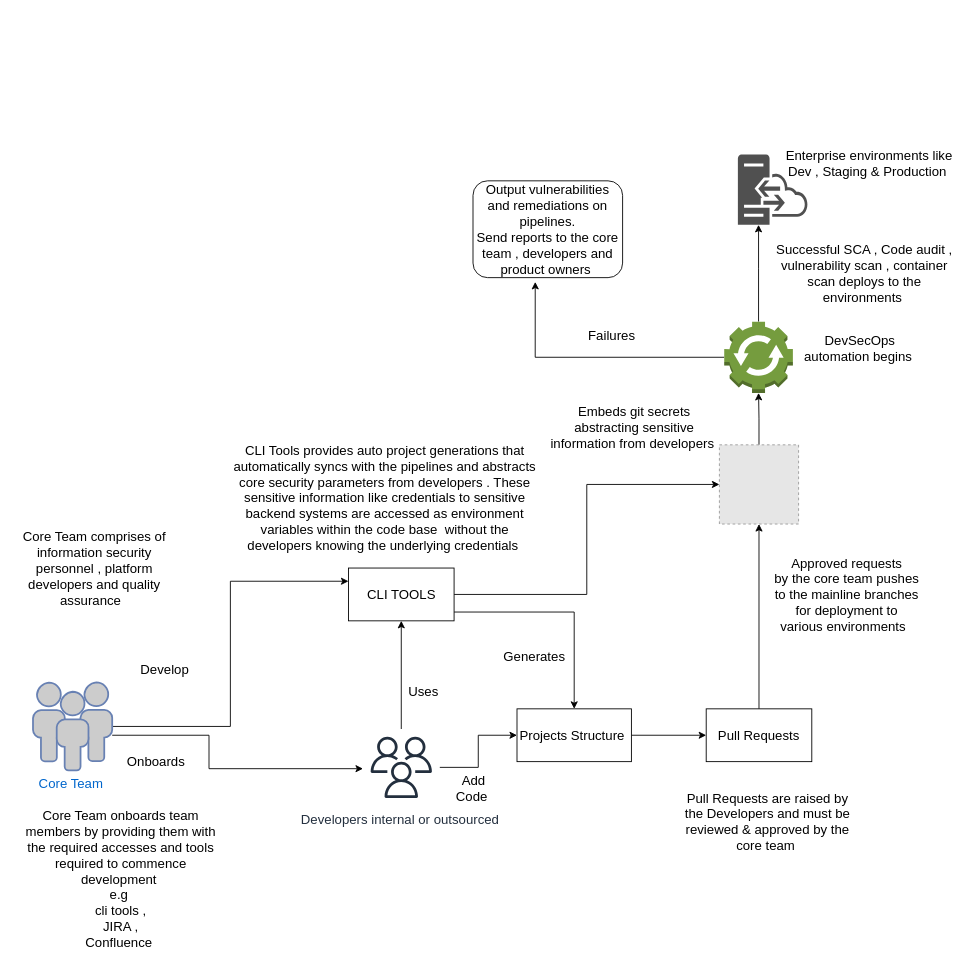
Earlier version of the draw.io diagram page "Internal process flow" (2 of 3) of icurity.drawio (tyger-rareatom/consulting-architectures). Source tidied: cells renumbered, new cells numbered last; positions are measured from the earlier drawing's top-left corner, leaving out a move shared by most shapes. Both pictures are drawn from the tidied source at 88%, with x=0, y=0 at pixel (15, 136). Pictures stored in the file or linked from it are replaced by grey dashed boxes.
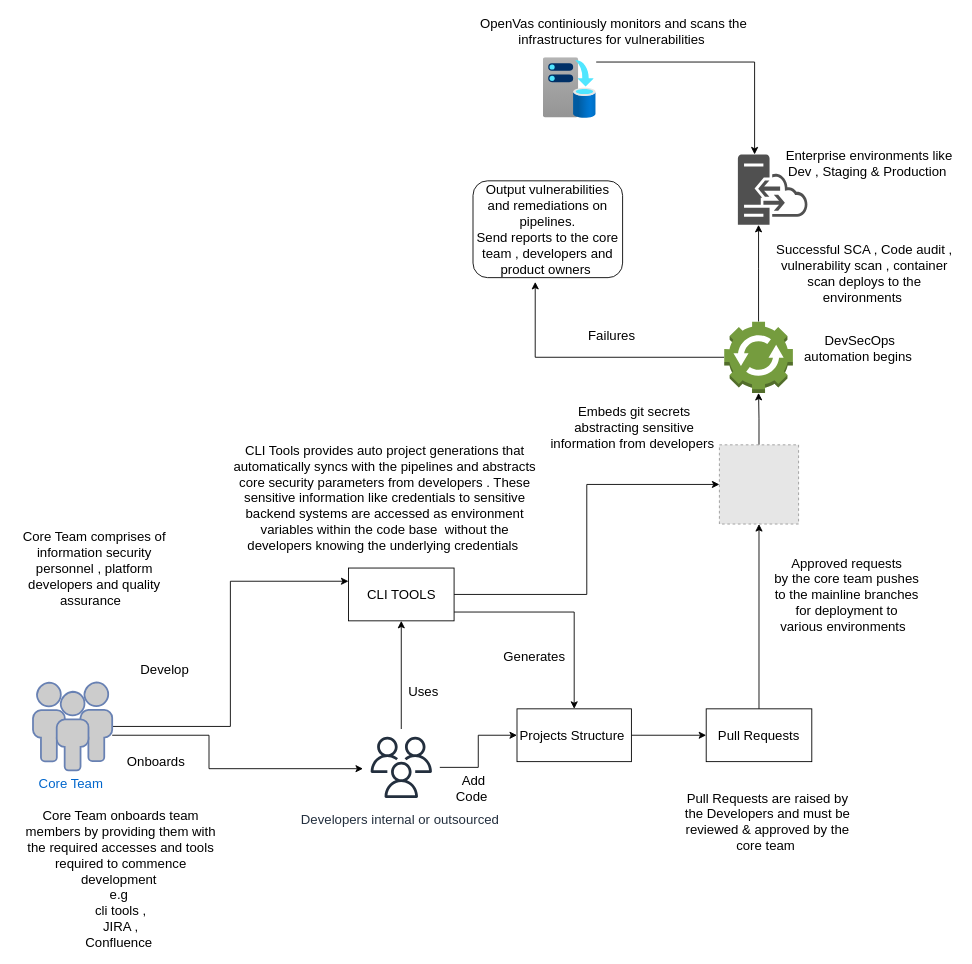
Above is the later version.

Commit message (it also covers changes not shown here):
OpenVas continious monitoring

The change refers to these unchanged cells:
```xml
<mxCell id="28" style="sketch=0;shadow=0;dashed=0;html=1;strokeColor=none;fillColor=#505050;labelPosition=center;verticalLabelPosition=bottom;verticalAlign=top;outlineConnect=0;align=center;shape=mxgraph.office.servers.hybrid_server;fontSize=15;" parent="1" vertex="1">
  <mxGeometry x="821" y="20" width="79" height="80" as="geometry" />
</mxCell>
```

Change to the diagram source:
```diff
@@
+    <mxCell id="37" style="edgeStyle=orthogonalEdgeStyle;rounded=0;jettySize=auto;html=1;fontSize=15;" parent="1" edge="1" source="38" target="28">
+      <mxGeometry relative="1" as="geometry">
+        <Array as="points">
+          <mxPoint x="840" y="-85" />
+        </Array>
+      </mxGeometry>
+    </mxCell>
+    <mxCell id="38" style="html=1;points=[];align=center;image;fontSize=12;image=img/lib/azure2/azure_stack/Infrastructure_Backup.svg;" parent="1" vertex="1">
+      <mxGeometry x="600" y="-90" width="60" height="69" as="geometry" />
+    </mxCell>
+    <mxCell id="39" value="OpenVas continiously monitors and scans the infrastructures for vulnerabilities&amp;nbsp;" style="text;html=1;strokeColor=none;fillColor=none;align=center;verticalAlign=middle;whiteSpace=wrap;rounded=0;fontSize=15;" parent="1" vertex="1">
+      <mxGeometry x="516" y="-130" width="328" height="20" as="geometry" />
+    </mxCell>
```
